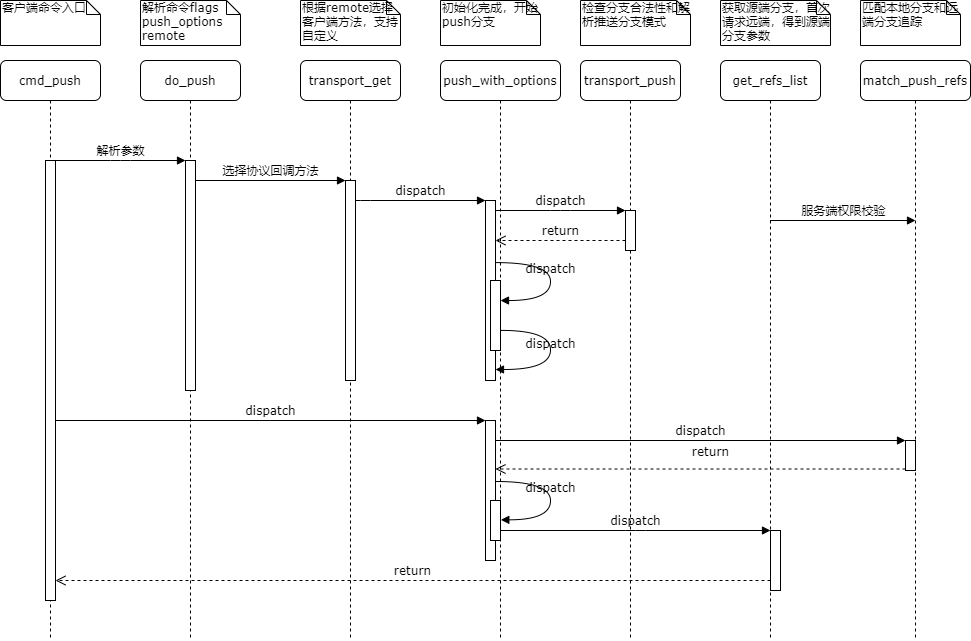
tongtongtongtong/test keeps this draw.io diagram as Untitled Diagram.png. Above is the earlier version. Source tidied: cells renumbered, new cells last; positions are measured from the earlier drawing's top-left corner, leaving out a move shared by most shapes.
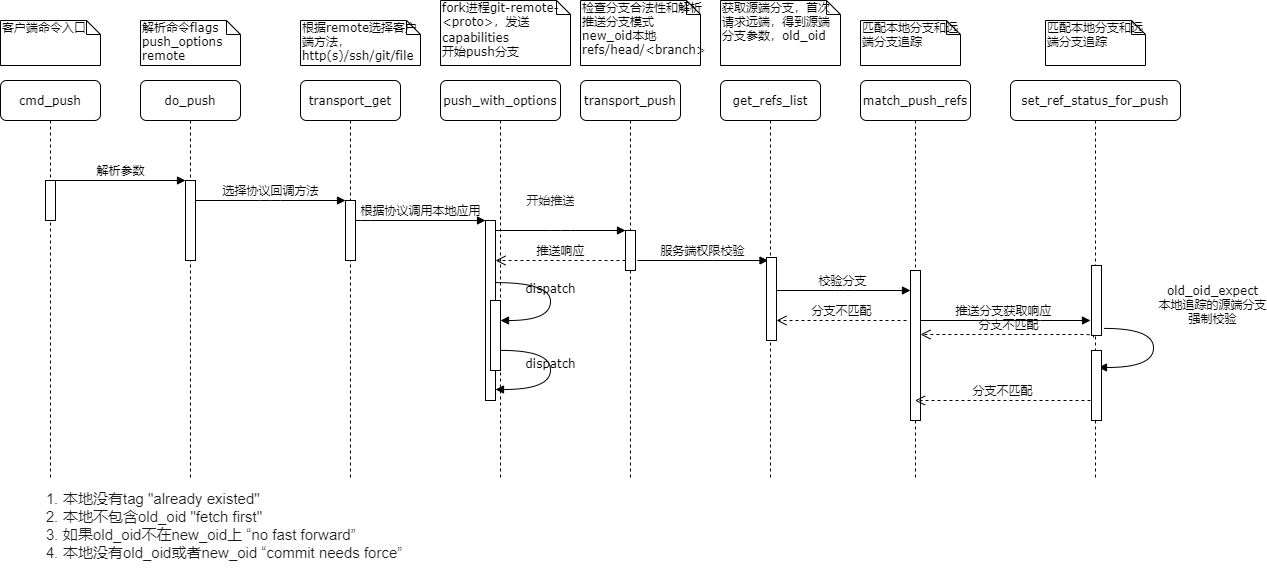
Later version of the same file.

The edit, as a diff of the source:
```diff
@@ -3,39 +3,39 @@
     <mxCell id="0" />
     <mxCell id="1" parent="0" />
     <mxCell id="2" value="do_push" style="shape=umlLifeline;perimeter=lifelinePerimeter;whiteSpace=wrap;html=1;rounded=1;shadow=0;comic=0;labelBackgroundColor=none;strokeWidth=1;fontFamily=Verdana;fontSize=12;align=center;" parent="1" vertex="1">
-      <mxGeometry x="140" y="60" width="100" height="580" as="geometry" />
+      <mxGeometry x="140" y="60" width="100" height="400" as="geometry" />
     </mxCell>
     <mxCell id="3" style="html=1;points=[];perimeter=orthogonalPerimeter;rounded=0;shadow=0;comic=0;labelBackgroundColor=none;strokeWidth=1;fontFamily=Verdana;fontSize=12;align=center;" parent="2" vertex="1">
-      <mxGeometry x="45" y="100" width="10" height="230" as="geometry" />
+      <mxGeometry x="45" y="100" width="10" height="80" as="geometry" />
     </mxCell>
     <mxCell id="4" value="transport_get" style="shape=umlLifeline;perimeter=lifelinePerimeter;whiteSpace=wrap;html=1;rounded=1;shadow=0;comic=0;labelBackgroundColor=none;strokeWidth=1;fontFamily=Verdana;fontSize=12;align=center;" parent="1" vertex="1">
-      <mxGeometry x="300" y="60" width="100" height="580" as="geometry" />
+      <mxGeometry x="300" y="60" width="100" height="400" as="geometry" />
     </mxCell>
     <mxCell id="5" style="html=1;points=[];perimeter=orthogonalPerimeter;rounded=0;shadow=0;comic=0;labelBackgroundColor=none;strokeWidth=1;fontFamily=Verdana;fontSize=12;align=center;" parent="4" vertex="1">
-      <mxGeometry x="45" y="120" width="10" height="200" as="geometry" />
+      <mxGeometry x="45" y="120" width="10" height="60" as="geometry" />
     </mxCell>
     <mxCell id="6" value="push_with_options" style="shape=umlLifeline;perimeter=lifelinePerimeter;whiteSpace=wrap;html=1;rounded=1;shadow=0;comic=0;labelBackgroundColor=none;strokeWidth=1;fontFamily=Verdana;fontSize=12;align=center;" parent="1" vertex="1">
-      <mxGeometry x="440" y="60" width="120" height="580" as="geometry" />
+      <mxGeometry x="440" y="60" width="120" height="400" as="geometry" />
     </mxCell>
     <mxCell id="7" value="transport_push" style="shape=umlLifeline;perimeter=lifelinePerimeter;whiteSpace=wrap;html=1;rounded=1;shadow=0;comic=0;labelBackgroundColor=none;strokeWidth=1;fontFamily=Verdana;fontSize=12;align=center;" parent="1" vertex="1">
-      <mxGeometry x="580" y="60" width="100" height="580" as="geometry" />
+      <mxGeometry x="580" y="60" width="100" height="400" as="geometry" />
     </mxCell>
     <mxCell id="8" value="get_refs_list" style="shape=umlLifeline;perimeter=lifelinePerimeter;whiteSpace=wrap;html=1;outlineConnect=0;rounded=1;shadow=0;comic=0;labelBackgroundColor=none;strokeWidth=1;fontFamily=Verdana;fontSize=12;align=center;" parent="1" vertex="1">
-      <mxGeometry x="720" y="60" width="100" height="580" as="geometry" />
+      <mxGeometry x="720" y="60" width="100" height="400" as="geometry" />
     </mxCell>
     <mxCell id="9" value="match_push_refs" style="shape=umlLifeline;perimeter=lifelinePerimeter;whiteSpace=wrap;html=1;outlineConnect=0;rounded=1;shadow=0;comic=0;labelBackgroundColor=none;strokeWidth=1;fontFamily=Verdana;fontSize=12;align=center;" parent="1" vertex="1">
-      <mxGeometry x="860" y="60" width="110" height="580" as="geometry" />
+      <mxGeometry x="860" y="60" width="110" height="400" as="geometry" />
     </mxCell>
     <mxCell id="10" value="cmd_push" style="shape=umlLifeline;perimeter=lifelinePerimeter;whiteSpace=wrap;html=1;rounded=1;shadow=0;comic=0;labelBackgroundColor=none;strokeWidth=1;fontFamily=Verdana;fontSize=12;align=center;" parent="1" vertex="1">
-      <mxGeometry y="60" width="100" height="580" as="geometry" />
+      <mxGeometry y="60" width="100" height="400" as="geometry" />
     </mxCell>
     <mxCell id="11" style="html=1;points=[];perimeter=orthogonalPerimeter;rounded=0;shadow=0;comic=0;labelBackgroundColor=none;strokeWidth=1;fontFamily=Verdana;fontSize=12;align=center;" parent="10" vertex="1">
-      <mxGeometry x="45" y="100" width="10" height="440" as="geometry" />
+      <mxGeometry x="45" y="100" width="10" height="40" as="geometry" />
     </mxCell>
     <mxCell id="12" style="html=1;points=[];perimeter=orthogonalPerimeter;rounded=0;shadow=0;comic=0;labelBackgroundColor=none;strokeWidth=1;fontFamily=Verdana;fontSize=12;align=center;" parent="1" vertex="1">
       <mxGeometry x="485" y="200" width="10" height="180" as="geometry" />
     </mxCell>
-    <mxCell id="13" value="dispatch" style="html=1;verticalAlign=bottom;endArrow=block;labelBackgroundColor=none;fontFamily=Verdana;fontSize=12;edgeStyle=elbowEdgeStyle;elbow=vertical;" parent="1" edge="1" source="5" target="12">
+    <mxCell id="13" value="根据协议调用本地应用" style="html=1;verticalAlign=bottom;endArrow=block;labelBackgroundColor=none;fontFamily=Verdana;fontSize=12;edgeStyle=elbowEdgeStyle;elbow=vertical;" parent="1" edge="1" source="5" target="12">
       <mxGeometry relative="1" as="geometry">
         <Array as="points">
           <mxPoint x="360" y="200" />
@@ -45,10 +45,10 @@
     <mxCell id="14" style="html=1;points=[];perimeter=orthogonalPerimeter;rounded=0;shadow=0;comic=0;labelBackgroundColor=none;strokeWidth=1;fontFamily=Verdana;fontSize=12;align=center;" parent="1" vertex="1">
       <mxGeometry x="625" y="210" width="10" height="40" as="geometry" />
     </mxCell>
-    <mxCell id="15" value="dispatch" style="html=1;verticalAlign=bottom;endArrow=block;entryX=0;entryY=0;labelBackgroundColor=none;fontFamily=Verdana;fontSize=12;edgeStyle=elbowEdgeStyle;elbow=vertical;" parent="1" edge="1" source="12" target="14">
-      <mxGeometry relative="1" as="geometry" />
+    <mxCell id="15" value="开始推送" style="html=1;verticalAlign=bottom;endArrow=block;entryX=0;entryY=0;labelBackgroundColor=none;fontFamily=Verdana;fontSize=12;edgeStyle=elbowEdgeStyle;elbow=vertical;spacing=2;fontColor=#1A1A1A;" parent="1" edge="1" source="12" target="14">
+      <mxGeometry x="-0.15" y="20" relative="1" as="geometry" />
     </mxCell>
-    <mxCell id="16" value="return" style="html=1;verticalAlign=bottom;endArrow=open;dashed=1;endSize=8;labelBackgroundColor=none;fontFamily=Verdana;fontSize=12;edgeStyle=elbowEdgeStyle;elbow=vertical;" parent="1" edge="1" source="14" target="12">
+    <mxCell id="16" value="推送响应" style="html=1;verticalAlign=bottom;endArrow=open;dashed=1;endSize=8;labelBackgroundColor=none;fontFamily=Verdana;fontSize=12;edgeStyle=elbowEdgeStyle;elbow=vertical;" parent="1" edge="1" source="14" target="12">
       <mxGeometry relative="1" as="geometry">
         <Array as="points">
           <mxPoint x="570" y="240" />
@@ -56,34 +56,6 @@
         </Array>
       </mxGeometry>
     </mxCell>
-    <mxCell id="17" style="html=1;points=[];perimeter=orthogonalPerimeter;rounded=0;shadow=0;comic=0;labelBackgroundColor=none;strokeWidth=1;fontFamily=Verdana;fontSize=12;align=center;" parent="1" vertex="1">
-      <mxGeometry x="485" y="420" width="10" height="140" as="geometry" />
-    </mxCell>
-    <mxCell id="18" value="dispatch" style="html=1;verticalAlign=bottom;endArrow=block;entryX=0;entryY=0;labelBackgroundColor=none;fontFamily=Verdana;fontSize=12;" parent="1" edge="1" source="11" target="17">
-      <mxGeometry relative="1" as="geometry" />
-    </mxCell>
-    <mxCell id="19" style="html=1;points=[];perimeter=orthogonalPerimeter;rounded=0;shadow=0;comic=0;labelBackgroundColor=none;strokeColor=#000000;strokeWidth=1;fillColor=#FFFFFF;fontFamily=Verdana;fontSize=12;fontColor=#000000;align=center;" parent="1" vertex="1">
-      <mxGeometry x="905" y="440" width="10" height="30" as="geometry" />
-    </mxCell>
-    <mxCell id="20" value="dispatch" style="html=1;verticalAlign=bottom;endArrow=block;entryX=0;entryY=0;labelBackgroundColor=none;fontFamily=Verdana;fontSize=12;" parent="1" edge="1" source="17" target="19">
-      <mxGeometry relative="1" as="geometry" />
-    </mxCell>
-    <mxCell id="21" value="return" style="html=1;verticalAlign=bottom;endArrow=open;dashed=1;endSize=8;exitX=0;exitY=0.95;labelBackgroundColor=none;fontFamily=Verdana;fontSize=12;" parent="1" edge="1" source="19" target="17">
-      <mxGeometry x="-0.05" y="-8" relative="1" as="geometry" />
-    </mxCell>
-    <mxCell id="22" style="html=1;points=[];perimeter=orthogonalPerimeter;rounded=0;shadow=0;comic=0;labelBackgroundColor=none;strokeWidth=1;fontFamily=Verdana;fontSize=12;align=center;" parent="1" vertex="1">
-      <mxGeometry x="770" y="530" width="10" height="60" as="geometry" />
-    </mxCell>
-    <mxCell id="23" value="dispatch" style="html=1;verticalAlign=bottom;endArrow=block;entryX=0;entryY=0;labelBackgroundColor=none;fontFamily=Verdana;fontSize=12;edgeStyle=elbowEdgeStyle;elbow=vertical;" parent="1" edge="1" source="30" target="22">
-      <mxGeometry relative="1" as="geometry" />
-    </mxCell>
-    <mxCell id="24" value="return" style="html=1;verticalAlign=bottom;endArrow=open;dashed=1;endSize=8;labelBackgroundColor=none;fontFamily=Verdana;fontSize=12;edgeStyle=elbowEdgeStyle;elbow=vertical;" parent="1" edge="1" source="22" target="11">
-      <mxGeometry relative="1" as="geometry">
-        <Array as="points">
-          <mxPoint x="470" y="580" />
-        </Array>
-      </mxGeometry>
-    </mxCell>
     <mxCell id="25" value="解析参数" style="html=1;verticalAlign=bottom;endArrow=block;entryX=0;entryY=0;labelBackgroundColor=none;fontFamily=Verdana;fontSize=12;edgeStyle=elbowEdgeStyle;elbow=vertical;" parent="1" edge="1" source="11" target="3">
       <mxGeometry relative="1" as="geometry" />
     </mxCell>
@@ -110,44 +82,106 @@
         </Array>
       </mxGeometry>
     </mxCell>
-    <mxCell id="30" style="html=1;points=[];perimeter=orthogonalPerimeter;rounded=0;shadow=0;comic=0;labelBackgroundColor=none;strokeWidth=1;fontFamily=Verdana;fontSize=12;align=center;" parent="1" vertex="1">
-      <mxGeometry x="490" y="500" width="10" height="40" as="geometry" />
-    </mxCell>
-    <mxCell id="31" value="dispatch" style="html=1;verticalAlign=bottom;endArrow=block;labelBackgroundColor=none;fontFamily=Verdana;fontSize=12;elbow=vertical;edgeStyle=orthogonalEdgeStyle;curved=1;entryX=1;entryY=0.286;entryPerimeter=0;exitX=1.038;exitY=0.345;exitPerimeter=0;" parent="1" edge="1">
-      <mxGeometry relative="1" as="geometry">
-        <mxPoint x="495.3" y="481" as="sourcePoint" />
-        <mxPoint x="500.3" y="519.3" as="targetPoint" />
-        <Array as="points">
-          <mxPoint x="550" y="481" />
-          <mxPoint x="550" y="519" />
-        </Array>
-      </mxGeometry>
-    </mxCell>
     <mxCell id="32" value="客户端命令入口" style="shape=note;whiteSpace=wrap;html=1;size=14;verticalAlign=top;align=left;spacingTop=-6;rounded=0;shadow=0;comic=0;labelBackgroundColor=none;strokeWidth=1;fontFamily=Verdana;fontSize=12;" parent="1" vertex="1">
       <mxGeometry width="100" height="45" as="geometry" />
     </mxCell>
     <mxCell id="33" value="解析命令flags&lt;br&gt;push_options&lt;br&gt;remote" style="shape=note;whiteSpace=wrap;html=1;size=14;verticalAlign=top;align=left;spacingTop=-6;rounded=0;shadow=0;comic=0;labelBackgroundColor=none;strokeWidth=1;fontFamily=Verdana;fontSize=12;" parent="1" vertex="1">
       <mxGeometry x="140" width="100" height="45" as="geometry" />
     </mxCell>
-    <mxCell id="34" value="根据remote选择客户端方法，支持自定义" style="shape=note;whiteSpace=wrap;html=1;size=14;verticalAlign=top;align=left;spacingTop=-6;rounded=0;shadow=0;comic=0;labelBackgroundColor=none;strokeWidth=1;fontFamily=Verdana;fontSize=12;" parent="1" vertex="1">
-      <mxGeometry x="300" width="100" height="45" as="geometry" />
+    <mxCell id="34" value="根据remote选择客户端方法，http(s)/ssh/git/file" style="shape=note;whiteSpace=wrap;html=1;size=14;verticalAlign=top;align=left;spacingTop=-6;rounded=0;shadow=0;comic=0;labelBackgroundColor=none;strokeWidth=1;fontFamily=Verdana;fontSize=12;" parent="1" vertex="1">
+      <mxGeometry x="300" width="120" height="45" as="geometry" />
     </mxCell>
-    <mxCell id="35" value="初始化完成，开始push分支" style="shape=note;whiteSpace=wrap;html=1;size=14;verticalAlign=top;align=left;spacingTop=-6;rounded=0;shadow=0;comic=0;labelBackgroundColor=none;strokeWidth=1;fontFamily=Verdana;fontSize=12;" parent="1" vertex="1">
-      <mxGeometry x="440" width="100" height="45" as="geometry" />
+    <mxCell id="35" value="fork进程git-remote-&amp;lt;proto&amp;gt;，发送capabilities&lt;font color=&quot;#4e443c&quot; face=&quot;Roboto Slab, DejaVu Serif, Georgia, Times New Roman, sans-serif&quot;&gt;&lt;span style=&quot;font-size: 14px ; background-color: rgb(252 , 252 , 250)&quot;&gt;&lt;br&gt;&lt;/span&gt;&lt;/font&gt;开始push分支" style="shape=note;whiteSpace=wrap;html=1;size=14;verticalAlign=top;align=left;spacingTop=-6;rounded=0;shadow=0;comic=0;labelBackgroundColor=none;strokeWidth=1;fontFamily=Verdana;fontSize=12;" parent="1" vertex="1">
+      <mxGeometry x="440" y="-20" width="130" height="65" as="geometry" />
     </mxCell>
-    <mxCell id="36" value="检查分支合法性和解析推送分支模式" style="shape=note;whiteSpace=wrap;html=1;size=14;verticalAlign=top;align=left;spacingTop=-6;rounded=0;shadow=0;comic=0;labelBackgroundColor=none;strokeWidth=1;fontFamily=Verdana;fontSize=12;" parent="1" vertex="1">
-      <mxGeometry x="580" width="110" height="45" as="geometry" />
+    <mxCell id="36" value="检查分支合法性和解析推送分支模式&lt;br&gt;new_oid本地refs/head/&amp;lt;branch&amp;gt;&lt;br&gt;" style="shape=note;whiteSpace=wrap;html=1;size=14;verticalAlign=top;align=left;spacingTop=-6;rounded=0;shadow=0;comic=0;labelBackgroundColor=none;strokeWidth=1;fontFamily=Verdana;fontSize=12;" parent="1" vertex="1">
+      <mxGeometry x="580" y="-20" width="120" height="65" as="geometry" />
     </mxCell>
-    <mxCell id="37" value="获取源端分支，首次请求远端，得到源端分支参数" style="shape=note;whiteSpace=wrap;html=1;size=14;verticalAlign=top;align=left;spacingTop=-6;rounded=0;shadow=0;comic=0;labelBackgroundColor=none;strokeWidth=1;fontFamily=Verdana;fontSize=12;" parent="1" vertex="1">
-      <mxGeometry x="720" width="110" height="45" as="geometry" />
+    <mxCell id="37" value="获取源端分支，首次请求远端，得到源端分支参数，old_oid" style="shape=note;whiteSpace=wrap;html=1;size=14;verticalAlign=top;align=left;spacingTop=-6;rounded=0;shadow=0;comic=0;labelBackgroundColor=none;strokeWidth=1;fontFamily=Verdana;fontSize=12;" parent="1" vertex="1">
+      <mxGeometry x="720" y="-20" width="120" height="65" as="geometry" />
     </mxCell>
     <mxCell id="38" value="匹配本地分支和远端分支追踪" style="shape=note;whiteSpace=wrap;html=1;size=14;verticalAlign=top;align=left;spacingTop=-6;rounded=0;shadow=0;comic=0;labelBackgroundColor=none;strokeWidth=1;fontFamily=Verdana;fontSize=12;" parent="1" vertex="1">
       <mxGeometry x="860" width="100" height="45" as="geometry" />
     </mxCell>
-    <mxCell id="39" value="服务端权限校验" style="html=1;verticalAlign=bottom;endArrow=block;entryX=0;entryY=0;labelBackgroundColor=none;fontFamily=Verdana;fontSize=12;edgeStyle=elbowEdgeStyle;elbow=vertical;" parent="1" edge="1" source="8">
+    <mxCell id="39" value="校验分支" style="html=1;verticalAlign=bottom;endArrow=block;entryX=-0.4;entryY=0.25;labelBackgroundColor=none;fontFamily=Verdana;fontSize=12;edgeStyle=elbowEdgeStyle;elbow=vertical;entryDx=0;entryDy=0;entryPerimeter=0;" parent="1" edge="1">
       <mxGeometry relative="1" as="geometry">
-        <mxPoint x="915" y="220" as="targetPoint" />
+        <mxPoint x="773.5" y="270" as="sourcePoint" />
+        <mxPoint x="910" y="270" as="targetPoint" />
+        <Array as="points">
+          <mxPoint x="844" y="270" />
+          <mxPoint x="884" y="250" />
+        </Array>
       </mxGeometry>
     </mxCell>
+    <mxCell id="40" value="服务端权限校验" style="html=1;verticalAlign=bottom;endArrow=block;entryX=0;entryY=0;labelBackgroundColor=none;fontFamily=Verdana;fontSize=12;edgeStyle=elbowEdgeStyle;elbow=vertical;" parent="1" edge="1">
+      <mxGeometry relative="1" as="geometry">
+        <mxPoint x="637" y="240" as="sourcePoint" />
+        <mxPoint x="767.5" y="240" as="targetPoint" />
+      </mxGeometry>
+    </mxCell>
+    <mxCell id="41" value="set_ref_status_for_push" style="shape=umlLifeline;perimeter=lifelinePerimeter;whiteSpace=wrap;html=1;rounded=1;shadow=0;comic=0;labelBackgroundColor=none;strokeWidth=1;fontFamily=Verdana;fontSize=12;align=center;" parent="1" vertex="1">
+      <mxGeometry x="1010" y="60" width="170" height="400" as="geometry" />
+    </mxCell>
+    <mxCell id="42" value="匹配本地分支和远端分支追踪" style="shape=note;whiteSpace=wrap;html=1;size=14;verticalAlign=top;align=left;spacingTop=-6;rounded=0;shadow=0;comic=0;labelBackgroundColor=none;strokeWidth=1;fontFamily=Verdana;fontSize=12;" parent="1" vertex="1">
+      <mxGeometry x="1045" width="100" height="45" as="geometry" />
+    </mxCell>
+    <mxCell id="43" value="推送分支获取响应" style="html=1;verticalAlign=bottom;endArrow=block;labelBackgroundColor=none;fontFamily=Verdana;fontSize=12;edgeStyle=elbowEdgeStyle;elbow=vertical;" parent="1" edge="1" source="9">
+      <mxGeometry relative="1" as="geometry">
+        <mxPoint x="1090" y="300" as="targetPoint" />
+      </mxGeometry>
+    </mxCell>
+    <mxCell id="44" style="html=1;perimeter=orthogonalPerimeter;rounded=0;shadow=0;comic=0;labelBackgroundColor=none;strokeWidth=1;fontFamily=Verdana;fontSize=12;align=center;" parent="1" vertex="1">
+      <mxGeometry x="766" y="237" width="10" height="83" as="geometry" />
+    </mxCell>
+    <mxCell id="45" style="html=1;perimeter=orthogonalPerimeter;rounded=0;shadow=0;comic=0;labelBackgroundColor=none;strokeWidth=1;fontFamily=Verdana;fontSize=12;align=center;" parent="1" vertex="1">
+      <mxGeometry x="910" y="250" width="10" height="150" as="geometry" />
+    </mxCell>
+    <mxCell id="46" value="分支不匹配" style="html=1;verticalAlign=bottom;endArrow=open;dashed=1;endSize=8;labelBackgroundColor=none;fontFamily=Verdana;fontSize=12;edgeStyle=elbowEdgeStyle;elbow=vertical;" parent="1" edge="1">
+      <mxGeometry relative="1" as="geometry">
+        <mxPoint x="906" y="300" as="sourcePoint" />
+        <mxPoint x="776" y="300" as="targetPoint" />
+        <Array as="points">
+          <mxPoint x="851" y="300" />
+          <mxPoint x="881" y="300" />
+        </Array>
+      </mxGeometry>
+    </mxCell>
+    <mxCell id="47" style="html=1;points=[];perimeter=orthogonalPerimeter;rounded=0;shadow=0;comic=0;labelBackgroundColor=none;strokeWidth=1;fontFamily=Verdana;fontSize=12;align=center;" parent="1" vertex="1">
+      <mxGeometry x="1091" y="245" width="10" height="70" as="geometry" />
+    </mxCell>
+    <mxCell id="48" value="old_oid_expect&lt;br&gt;本地追踪的源端分支&lt;br&gt;强制校验" style="html=1;verticalAlign=bottom;endArrow=block;labelBackgroundColor=none;fontFamily=Verdana;fontSize=12;elbow=vertical;edgeStyle=orthogonalEdgeStyle;curved=1;exitX=1.066;exitY=0.713;exitPerimeter=0;" parent="1" edge="1">
+      <mxGeometry x="-0.31" y="59" relative="1" as="geometry">
+        <mxPoint x="1103.7" y="307.9" as="sourcePoint" />
+        <mxPoint x="1098" y="347" as="targetPoint" />
+        <Array as="points">
+          <mxPoint x="1153" y="308" />
+          <mxPoint x="1153" y="347" />
+        </Array>
+      </mxGeometry>
+    </mxCell>
+    <mxCell id="49" style="html=1;perimeter=orthogonalPerimeter;rounded=0;shadow=0;comic=0;labelBackgroundColor=none;strokeWidth=1;fontFamily=Verdana;fontSize=12;align=center;" parent="1" vertex="1">
+      <mxGeometry x="1091" y="330" width="10" height="70" as="geometry" />
+    </mxCell>
+    <mxCell id="50" value="&lt;ol style=&quot;font-size: 15px&quot;&gt;&lt;li&gt;本地没有tag &quot;already existed&quot;&lt;/li&gt;&lt;li&gt;本地不包含old_oid &quot;fetch first&quot;&lt;/li&gt;&lt;li&gt;如果old_oid不在new_oid上 “no fast forward”&lt;/li&gt;&lt;li&gt;本地没有old_oid或者new_oid “commit needs force”&lt;/li&gt;&lt;/ol&gt;" style="text;html=1;align=left;verticalAlign=middle;fillColor=none;strokeColor=none;rounded=0;fontColor=#1A1A1A;" parent="1" vertex="1">
+      <mxGeometry x="21" y="460" width="390" height="90" as="geometry" />
+    </mxCell>
+    <mxCell id="51" value="分支不匹配" style="html=1;verticalAlign=bottom;endArrow=open;dashed=1;endSize=8;labelBackgroundColor=none;fontFamily=Verdana;fontSize=12;edgeStyle=elbowEdgeStyle;elbow=vertical;" parent="1" edge="1" target="9">
+      <mxGeometry relative="1" as="geometry">
+        <mxPoint x="1090" y="380" as="sourcePoint" />
+        <Array as="points">
+          <mxPoint x="1035" y="380" />
+          <mxPoint x="1065" y="380" />
+        </Array>
+      </mxGeometry>
+    </mxCell>
+    <mxCell id="52" value="分支不匹配" style="html=1;verticalAlign=bottom;endArrow=open;dashed=1;endSize=8;labelBackgroundColor=none;fontFamily=Verdana;fontSize=12;edgeStyle=elbowEdgeStyle;elbow=vertical;exitX=0.2;exitY=1.029;exitDx=0;exitDy=0;exitPerimeter=0;" parent="1" edge="1" source="47">
+      <mxGeometry relative="1" as="geometry">
+        <mxPoint x="920" y="314" as="targetPoint" />
+        <Array as="points">
+          <mxPoint x="995" y="314" />
+          <mxPoint x="1025" y="314" />
+        </Array>
+      </mxGeometry>
+    </mxCell>
   </root>
 </mxGraphModel>
```
